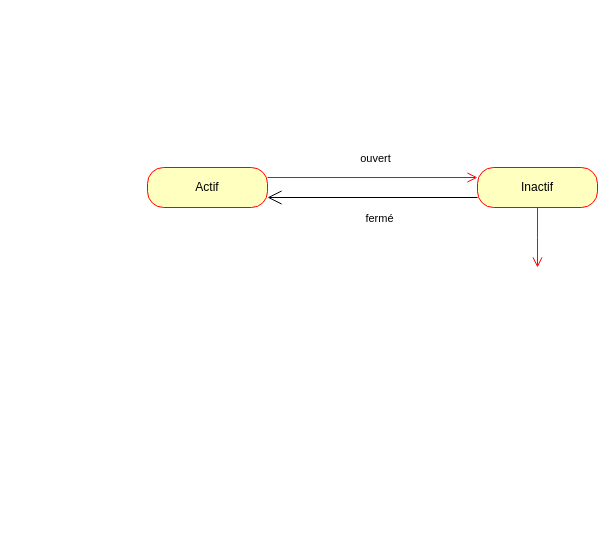
This is HA_SM_Garage_light.drawio from victor57/HAStateMachine, a draw.io file, before an edit. Source tidied: cells renumbered, new cells numbered last; positions are measured from the earlier drawing's top-left corner, leaving out a move shared by most shapes. Both pictures are drawn from the tidied source at 100%, with x=0, y=0 at pixel (147, 167).
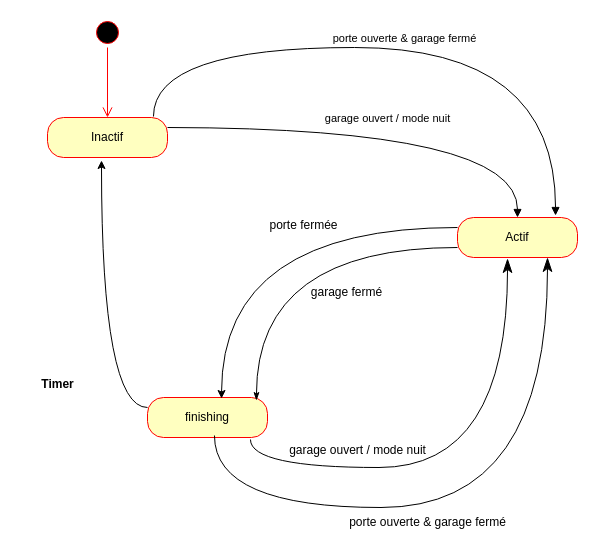
The same diagram, later.

Diff of the diagram source:
```diff
@@
     <mxCell id="2" value="Actif" style="rounded=1;whiteSpace=wrap;html=1;arcSize=40;fontColor=#000000;fillColor=#ffffc0;strokeColor=#ff0000;" parent="1" vertex="1">
-      <mxGeometry width="120" height="40" as="geometry" />
+      <mxGeometry x="310" y="50" width="120" height="40" as="geometry" />
     </mxCell>
-    <mxCell id="3" style="edgeStyle=orthogonalEdgeStyle;html=1;verticalAlign=bottom;endArrow=open;endSize=8;strokeColor=#ff0000;rounded=0;entryX=0;entryY=0.5;entryDx=0;entryDy=0;" parent="1" edge="1">
-      <mxGeometry relative="1" as="geometry">
-        <mxPoint x="120" y="10" as="sourcePoint" />
-        <mxPoint x="330" y="10" as="targetPoint" />
-      </mxGeometry>
-    </mxCell>
-    <mxCell id="4" value="ouvert" style="edgeLabel;html=1;align=center;verticalAlign=middle;" parent="3" vertex="1">
-      <mxGeometry x="0.02" y="-1" relative="1" as="geometry">
-        <mxPoint y="-21" as="offset" />
-      </mxGeometry>
-    </mxCell>
     <mxCell id="5" value="Inactif" style="rounded=1;whiteSpace=wrap;html=1;arcSize=40;fontColor=#000000;fillColor=#ffffc0;strokeColor=#ff0000;" parent="1" vertex="1">
-      <mxGeometry x="330" width="120" height="40" as="geometry" />
+      <mxGeometry x="-100" y="-50" width="120" height="40" as="geometry" />
     </mxCell>
-    <mxCell id="6" style="edgeStyle=orthogonalEdgeStyle;html=1;verticalAlign=bottom;endArrow=open;endSize=8;strokeColor=#ff0000;rounded=0;" parent="1" edge="1" source="5">
-      <mxGeometry relative="1" as="geometry">
-        <mxPoint x="390" y="100" as="targetPoint" />
-      </mxGeometry>
-    </mxCell>
+    <mxCell id="9" style="edgeStyle=orthogonalEdgeStyle;rounded=0;jettySize=auto;html=1;exitX=0;exitY=0.25;exitDx=0;exitDy=0;entryX=0.45;entryY=1.075;entryDx=0;entryDy=0;entryPerimeter=0;curved=1;" parent="1" edge="1" source="10" target="5">
+      <mxGeometry relative="1" as="geometry" />
+    </mxCell>
+    <mxCell id="10" value="finishing" style="rounded=1;whiteSpace=wrap;html=1;arcSize=40;fontColor=#000000;fillColor=#ffffc0;strokeColor=#ff0000;" parent="1" vertex="1">
+      <mxGeometry y="230" width="120" height="40" as="geometry" />
+    </mxCell>
+    <mxCell id="11" style="endArrow=classicThin;endFill=1;endSize=12;html=1;rounded=0;exitX=0.558;exitY=0.95;exitDx=0;exitDy=0;exitPerimeter=0;entryX=0.75;entryY=1;entryDx=0;entryDy=0;edgeStyle=orthogonalEdgeStyle;curved=1;" parent="1" edge="1" source="10" target="2">
+      <mxGeometry relative="1" as="geometry">
+        <Array as="points">
+          <mxPoint x="67" y="340" />
+          <mxPoint x="400" y="340" />
+        </Array>
+      </mxGeometry>
+    </mxCell>
+    <mxCell id="12" value="porte ouverte &amp;amp; garage fermé" style="text;html=1;align=center;verticalAlign=middle;strokeColor=none;fillColor=none;" parent="1" vertex="1">
+      <mxGeometry x="190" y="340" width="180" height="30" as="geometry" />
+    </mxCell>
+    <mxCell id="13" style="endArrow=classicThin;endFill=1;endSize=12;html=1;rounded=0;entryX=0.417;entryY=1.025;entryDx=0;entryDy=0;entryPerimeter=0;exitX=0.858;exitY=1.05;exitDx=0;exitDy=0;curved=1;exitPerimeter=0;edgeStyle=orthogonalEdgeStyle;" parent="1" edge="1" source="10" target="2">
+      <mxGeometry relative="1" as="geometry">
+        <Array as="points">
+          <mxPoint x="103" y="300" />
+          <mxPoint x="360" y="300" />
+        </Array>
+      </mxGeometry>
+    </mxCell>
+    <mxCell id="14" style="ellipse;html=1;shape=startState;fillColor=#000000;strokeColor=#ff0000;" parent="1" vertex="1">
+      <mxGeometry x="-55" y="-150" width="30" height="30" as="geometry" />
+    </mxCell>
+    <mxCell id="15" style="edgeStyle=orthogonalEdgeStyle;html=1;verticalAlign=bottom;endArrow=open;endSize=8;strokeColor=#ff0000;rounded=0;entryX=0.5;entryY=0;entryDx=0;entryDy=0;" parent="1" edge="1" source="14" target="5">
+      <mxGeometry relative="1" as="geometry" />
+    </mxCell>
+    <mxCell id="16" value="garage ouvert / mode nuit" style="text;align=center;fontStyle=0;verticalAlign=middle;spacingLeft=3;spacingRight=3;strokeColor=none;html=1;" parent="1" vertex="1">
+      <mxGeometry x="170" y="270" width="80" height="26" as="geometry" />
+    </mxCell>
+    <mxCell id="17" style="edgeStyle=orthogonalEdgeStyle;rounded=0;jettySize=auto;html=1;exitX=0;exitY=0.25;exitDx=0;exitDy=0;entryX=0.617;entryY=0.025;entryDx=0;entryDy=0;entryPerimeter=0;curved=1;" parent="1" edge="1" source="2" target="10">
+      <mxGeometry relative="1" as="geometry" />
+    </mxCell>
+    <mxCell id="18" value="porte fermée" style="text;align=center;fontStyle=0;verticalAlign=middle;spacingLeft=3;spacingRight=3;strokeColor=none;html=1;" parent="1" vertex="1">
+      <mxGeometry x="116" y="45" width="80" height="26" as="geometry" />
+    </mxCell>
+    <mxCell id="19" value="Timer" style="text;align=center;fontStyle=1;verticalAlign=middle;spacingLeft=3;spacingRight=3;strokeColor=none;html=1;" parent="1" vertex="1">
+      <mxGeometry x="-130" y="204" width="80" height="26" as="geometry" />
+    </mxCell>
+    <mxCell id="20" style="endArrow=none;endFill=0;html=1;rounded=0;exitX=0.908;exitY=0.075;exitDx=0;exitDy=0;startArrow=classicThin;startFill=1;edgeStyle=orthogonalEdgeStyle;curved=1;exitPerimeter=0;entryX=0;entryY=0.75;entryDx=0;entryDy=0;" parent="1" edge="1" source="10" target="2">
+      <mxGeometry relative="1" as="geometry">
+        <Array as="points">
+          <mxPoint x="109" y="80" />
+        </Array>
+      </mxGeometry>
+    </mxCell>
+    <mxCell id="21" value="garage fermé" style="text;align=center;fontStyle=0;verticalAlign=middle;spacingLeft=3;spacingRight=3;strokeColor=none;html=1;" parent="1" vertex="1">
+      <mxGeometry x="159" y="110" width="80" height="30" as="geometry" />
+    </mxCell>
+    <mxCell id="22" value="garage ouvert / mode nuit" style="html=1;verticalAlign=bottom;endArrow=block;curved=1;rounded=0;entryX=0.5;entryY=0;entryDx=0;entryDy=0;edgeStyle=orthogonalEdgeStyle;" parent="1" edge="1" target="2">
+      <mxGeometry relative="1" as="geometry">
+        <mxPoint x="20" y="-40" as="sourcePoint" />
+      </mxGeometry>
+    </mxCell>
-    <mxCell id="7" style="endArrow=open;endFill=1;endSize=12;html=1;rounded=0;entryX=1;entryY=0.75;entryDx=0;entryDy=0;exitX=0;exitY=0.75;exitDx=0;exitDy=0;" parent="1" edge="1" source="5" target="2">
-      <mxGeometry relative="1" as="geometry" />
+    <mxCell id="7" value="porte ouverte &amp;amp; garage fermé" style="html=1;verticalAlign=bottom;endArrow=block;curved=1;rounded=0;exitX=0.883;exitY=-0.025;exitDx=0;exitDy=0;exitPerimeter=0;entryX=0.817;entryY=-0.05;entryDx=0;entryDy=0;entryPerimeter=0;edgeStyle=orthogonalEdgeStyle;" parent="1" edge="1" source="5" target="2">
+      <mxGeometry relative="1" as="geometry">
+        <Array as="points">
+          <mxPoint x="6" y="-120" />
+          <mxPoint x="408" y="-120" />
+        </Array>
+      </mxGeometry>
     </mxCell>
-    <mxCell id="8" value="fermé" style="edgeLabel;html=1;align=center;verticalAlign=middle;" parent="7" vertex="1">
-      <mxGeometry x="-0.06" y="1" relative="1" as="geometry">
-        <mxPoint y="19" as="offset" />
-      </mxGeometry>
-    </mxCell>
```
